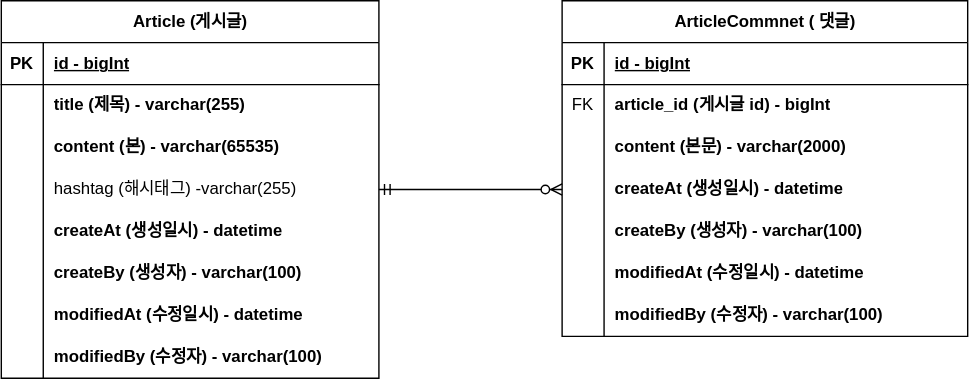
The draw.io diagram document/project-board-erd.drawio.svg in IronKim/fs-project-board, before a commit. Source tidied: cells renumbered, new cells last; positions are measured from the earlier drawing's top-left corner, leaving out a move shared by most shapes.
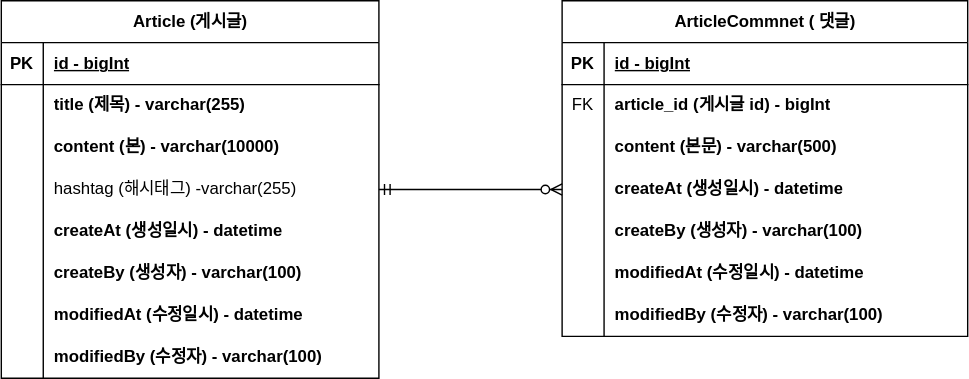
The same diagram one commit later.

Commit message:
#10 - erd 업데이트: content 사이즈 변경

Change to the diagram source:
```diff
@@ -29,7 +29,7 @@
     <mxCell id="10" style="shape=partialRectangle;fillColor=none;top=0;left=0;bottom=0;right=0;overflow=hidden;whiteSpace=wrap;html=1;" parent="9" vertex="1">
       <mxGeometry width="30" height="30" as="geometry" />
     </mxCell>
-    <mxCell id="11" value="content (본) - varchar(65535)" style="shape=partialRectangle;fillColor=none;top=0;left=0;bottom=0;right=0;align=left;spacingLeft=6;overflow=hidden;whiteSpace=wrap;html=1;fontStyle=1;" parent="9" vertex="1">
+    <mxCell id="11" value="content (본) - varchar(10000)" style="shape=partialRectangle;fillColor=none;top=0;left=0;bottom=0;right=0;align=left;spacingLeft=6;overflow=hidden;whiteSpace=wrap;html=1;fontStyle=1;" parent="9" vertex="1">
       <mxGeometry x="30" width="240" height="30" as="geometry" />
     </mxCell>
     <mxCell id="12" style="shape=tableRow;horizontal=0;startSize=0;swimlaneHead=0;swimlaneBody=0;fillColor=none;points=[[0,0.5],[1,0.5]];portConstraint=eastwest;top=0;left=0;right=0;bottom=0;" parent="2" vertex="1">
@@ -104,7 +104,7 @@
     <mxCell id="35" style="shape=partialRectangle;fillColor=none;top=0;left=0;bottom=0;right=0;overflow=hidden;whiteSpace=wrap;html=1;" parent="34" vertex="1">
       <mxGeometry width="30" height="30" as="geometry" />
     </mxCell>
-    <mxCell id="36" value="content (본문) - varchar(2000)" style="shape=partialRectangle;fillColor=none;top=0;left=0;bottom=0;right=0;align=left;spacingLeft=6;overflow=hidden;whiteSpace=wrap;html=1;fontStyle=1;" parent="34" vertex="1">
+    <mxCell id="36" value="content (본문) - varchar(500)" style="shape=partialRectangle;fillColor=none;top=0;left=0;bottom=0;right=0;align=left;spacingLeft=6;overflow=hidden;whiteSpace=wrap;html=1;fontStyle=1;" parent="34" vertex="1">
       <mxGeometry x="30" width="260" height="30" as="geometry" />
     </mxCell>
     <mxCell id="37" style="shape=tableRow;horizontal=0;startSize=0;swimlaneHead=0;swimlaneBody=0;fillColor=none;points=[[0,0.5],[1,0.5]];portConstraint=eastwest;top=0;left=0;right=0;bottom=0;" parent="27" vertex="1">
```
